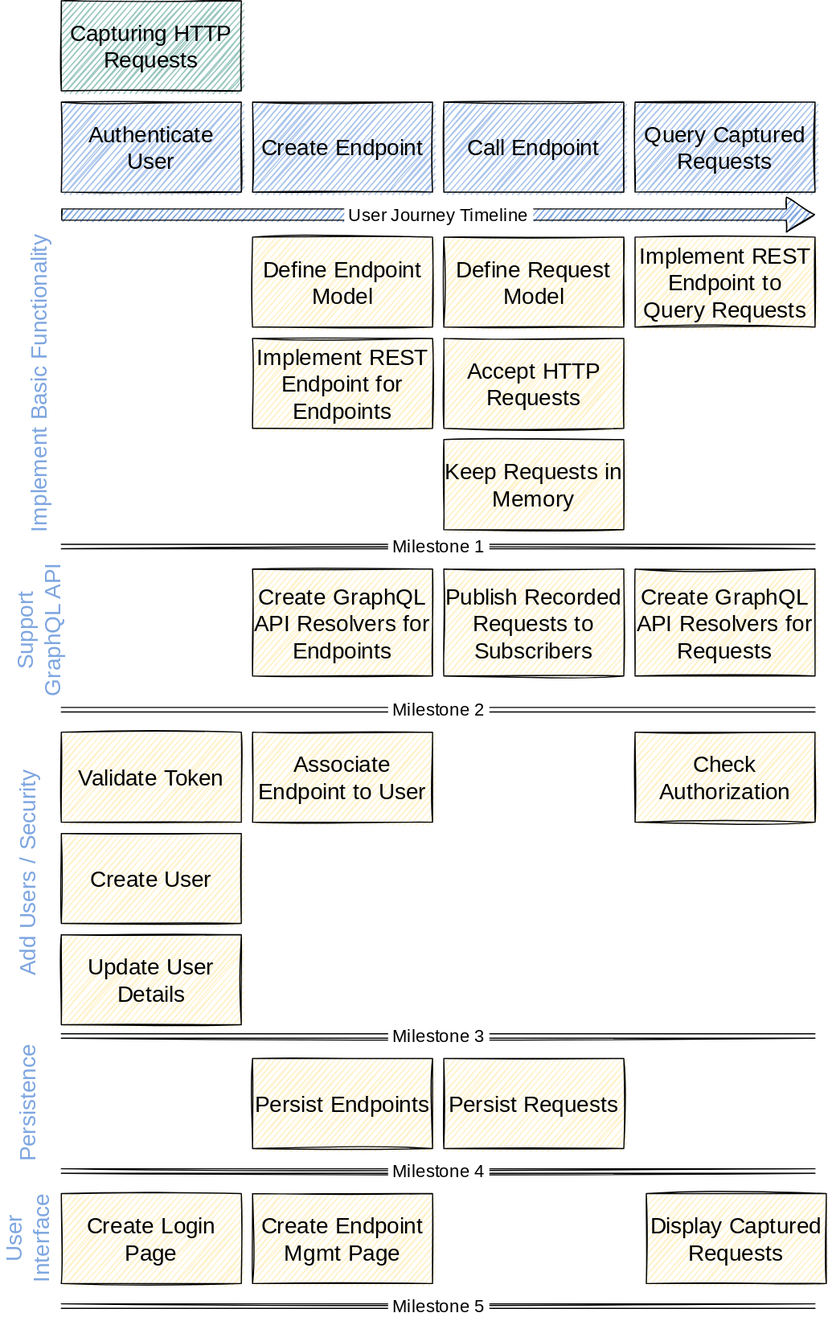
This is docs/modules/ROOT/images/capturing-http-requests-story-map.drawio.svg from harmenweber/echo, a draw.io export, as it was before one commit. Source tidied: cells renumbered, new cells last; positions are measured from the earlier drawing's top-left corner, leaving out a move shared by most shapes.
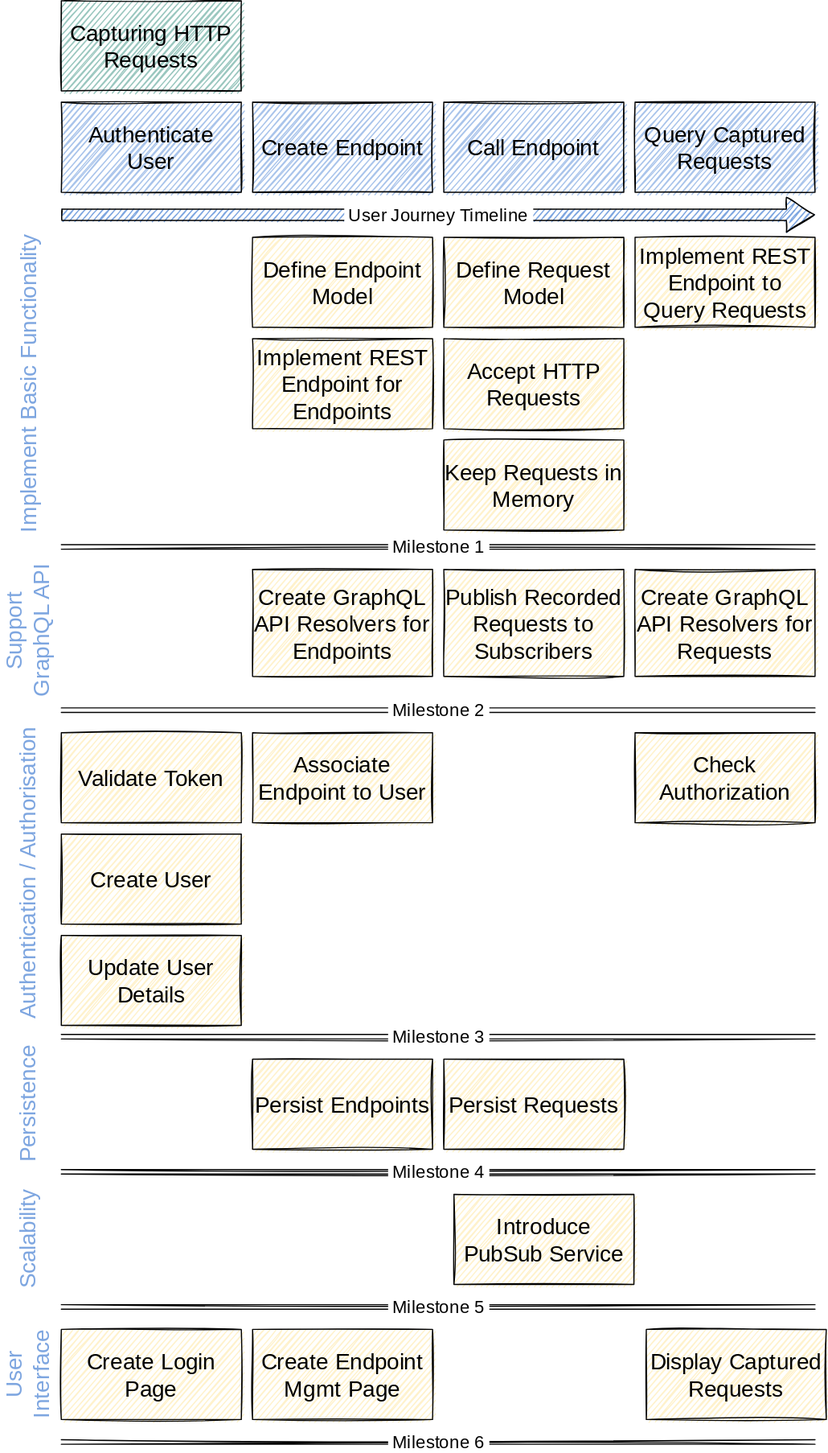
Later version of the same file.

Commit message:
docs: clarified the description of the PubSub service.

The edit, as a diff of the source:
```diff
@@ -93,10 +93,10 @@
       <mxGeometry x="505" y="505" width="160" height="95" as="geometry" />
     </mxCell>
     <mxCell id="27" value="Implement Basic Functionality" style="text;html=1;strokeColor=none;fillColor=none;align=center;verticalAlign=middle;whiteSpace=wrap;rounded=0;sketch=1;hachureGap=4;fontFamily=Architects Daughter;fontSource=https%3A%2F%2Ffonts.googleapis.com%2Fcss%3Ffamily%3DArchitects%2BDaughter;fontSize=20;rotation=270;fontColor=#7EA6E0;" parent="1" vertex="1">
-      <mxGeometry x="9.4" y="325" width="270" height="30" as="geometry" />
+      <mxGeometry y="325" width="270" height="30" as="geometry" />
     </mxCell>
     <mxCell id="28" value="Support GraphQL API" style="text;html=1;strokeColor=none;fillColor=none;align=center;verticalAlign=middle;whiteSpace=wrap;rounded=0;sketch=1;hachureGap=4;fontFamily=Architects Daughter;fontSource=https%3A%2F%2Ffonts.googleapis.com%2Fcss%3Ffamily%3DArchitects%2BDaughter;fontSize=20;rotation=270;fontColor=#7EA6E0;" parent="1" vertex="1">
-      <mxGeometry x="75.6" y="545" width="137.5" height="30" as="geometry" />
+      <mxGeometry x="65.6" y="545" width="137.5" height="30" as="geometry" />
     </mxCell>
     <mxCell id="29" value="Persistence" style="text;html=1;strokeColor=none;fillColor=none;align=center;verticalAlign=middle;whiteSpace=wrap;rounded=0;sketch=1;hachureGap=4;fontFamily=Architects Daughter;fontSource=https%3A%2F%2Ffonts.googleapis.com%2Fcss%3Ffamily%3DArchitects%2BDaughter;fontSize=20;rotation=270;fontColor=#7EA6E0;" parent="1" vertex="1">
       <mxGeometry x="85" y="965" width="98.8" height="30" as="geometry" />
@@ -104,26 +104,38 @@
     <mxCell id="30" value="Persist Endpoints" style="rounded=0;whiteSpace=wrap;html=1;sketch=1;hachureGap=4;fontFamily=Architects Daughter;fontSource=https%3A%2F%2Ffonts.googleapis.com%2Fcss%3Ffamily%3DArchitects%2BDaughter;fontSize=20;fillColor=#FFF2CC;shadow=0;" parent="1" vertex="1">
       <mxGeometry x="335" y="940" width="160" height="80" as="geometry" />
     </mxCell>
-    <mxCell id="31" value="Add Users / Security" style="text;html=1;strokeColor=none;fillColor=none;align=center;verticalAlign=middle;whiteSpace=wrap;rounded=0;sketch=1;hachureGap=4;fontFamily=Architects Daughter;fontSource=https%3A%2F%2Ffonts.googleapis.com%2Fcss%3Ffamily%3DArchitects%2BDaughter;fontSize=20;rotation=270;fontColor=#7EA6E0;" parent="1" vertex="1">
+    <mxCell id="31" value="Authentication / Authorisation" style="text;html=1;strokeColor=none;fillColor=none;align=center;verticalAlign=middle;whiteSpace=wrap;rounded=0;sketch=1;hachureGap=4;fontFamily=Architects Daughter;fontSource=https%3A%2F%2Ffonts.googleapis.com%2Fcss%3Ffamily%3DArchitects%2BDaughter;fontSize=20;rotation=270;fontColor=#7EA6E0;" parent="1" vertex="1">
       <mxGeometry y="760" width="268.8" height="30" as="geometry" />
     </mxCell>
-    <mxCell id="32" value="Create Login Page" style="rounded=0;whiteSpace=wrap;html=1;sketch=1;hachureGap=4;fontFamily=Architects Daughter;fontSource=https%3A%2F%2Ffonts.googleapis.com%2Fcss%3Ffamily%3DArchitects%2BDaughter;fontSize=20;fillColor=#FFF2CC;shadow=0;" parent="1" vertex="1">
-      <mxGeometry x="165" y="1060" width="160" height="80" as="geometry" />
-    </mxCell>
     <mxCell id="33" value="&amp;nbsp;Milestone 5&amp;nbsp;" style="shape=link;html=1;rounded=0;sketch=1;hachureGap=4;fontFamily=Architects Daughter;fontSource=https%3A%2F%2Ffonts.googleapis.com%2Fcss%3Ffamily%3DArchitects%2BDaughter;fontSize=16;endArrow=open;startSize=14;endSize=14;sourcePerimeterSpacing=8;targetPerimeterSpacing=8;curved=1;" parent="1" edge="1">
       <mxGeometry relative="1" as="geometry">
         <mxPoint x="165" y="1160" as="sourcePoint" />
         <mxPoint x="835" y="1160" as="targetPoint" />
       </mxGeometry>
     </mxCell>
-    <mxCell id="34" value="User Interface" style="text;html=1;strokeColor=none;fillColor=none;align=center;verticalAlign=middle;whiteSpace=wrap;rounded=0;sketch=1;hachureGap=4;fontFamily=Architects Daughter;fontSource=https%3A%2F%2Ffonts.googleapis.com%2Fcss%3Ffamily%3DArchitects%2BDaughter;fontSize=20;rotation=270;fontColor=#7EA6E0;" parent="1" vertex="1">
+    <mxCell id="34" value="Scalability" style="text;html=1;strokeColor=none;fillColor=none;align=center;verticalAlign=middle;whiteSpace=wrap;rounded=0;sketch=1;hachureGap=4;fontFamily=Architects Daughter;fontSource=https%3A%2F%2Ffonts.googleapis.com%2Fcss%3Ffamily%3DArchitects%2BDaughter;fontSize=20;rotation=270;fontColor=#7EA6E0;" parent="1" vertex="1">
       <mxGeometry x="85" y="1085" width="98.8" height="30" as="geometry" />
     </mxCell>
-    <mxCell id="35" value="Create Endpoint Mgmt Page" style="rounded=0;whiteSpace=wrap;html=1;sketch=1;hachureGap=4;fontFamily=Architects Daughter;fontSource=https%3A%2F%2Ffonts.googleapis.com%2Fcss%3Ffamily%3DArchitects%2BDaughter;fontSize=20;fillColor=#FFF2CC;shadow=0;" parent="1" vertex="1">
-      <mxGeometry x="335" y="1060" width="160" height="80" as="geometry" />
+    <mxCell id="35" value="Introduce PubSub Service" style="rounded=0;whiteSpace=wrap;html=1;sketch=1;hachureGap=4;fontFamily=Architects Daughter;fontSource=https%3A%2F%2Ffonts.googleapis.com%2Fcss%3Ffamily%3DArchitects%2BDaughter;fontSize=20;fillColor=#FFF2CC;shadow=0;" parent="1" vertex="1">
+      <mxGeometry x="514" y="1060" width="160" height="80" as="geometry" />
     </mxCell>
+    <mxCell id="32" value="Create Login Page" style="rounded=0;whiteSpace=wrap;html=1;sketch=1;hachureGap=4;fontFamily=Architects Daughter;fontSource=https%3A%2F%2Ffonts.googleapis.com%2Fcss%3Ffamily%3DArchitects%2BDaughter;fontSize=20;fillColor=#FFF2CC;shadow=0;" parent="1" vertex="1">
+      <mxGeometry x="165" y="1180" width="160" height="80" as="geometry" />
+    </mxCell>
+    <mxCell id="37" value="&amp;nbsp;Milestone 6&amp;nbsp;" style="shape=link;html=1;rounded=0;sketch=1;hachureGap=4;fontFamily=Architects Daughter;fontSource=https%3A%2F%2Ffonts.googleapis.com%2Fcss%3Ffamily%3DArchitects%2BDaughter;fontSize=16;endArrow=open;startSize=14;endSize=14;sourcePerimeterSpacing=8;targetPerimeterSpacing=8;curved=1;" parent="1" edge="1">
+      <mxGeometry relative="1" as="geometry">
+        <mxPoint x="165" y="1280" as="sourcePoint" />
+        <mxPoint x="835" y="1280" as="targetPoint" />
+      </mxGeometry>
+    </mxCell>
+    <mxCell id="38" value="User Interface" style="text;html=1;strokeColor=none;fillColor=none;align=center;verticalAlign=middle;whiteSpace=wrap;rounded=0;sketch=1;hachureGap=4;fontFamily=Architects Daughter;fontSource=https%3A%2F%2Ffonts.googleapis.com%2Fcss%3Ffamily%3DArchitects%2BDaughter;fontSize=20;rotation=270;fontColor=#7EA6E0;" parent="1" vertex="1">
+      <mxGeometry x="85" y="1205" width="98.8" height="30" as="geometry" />
+    </mxCell>
+    <mxCell id="39" value="Create Endpoint Mgmt Page" style="rounded=0;whiteSpace=wrap;html=1;sketch=1;hachureGap=4;fontFamily=Architects Daughter;fontSource=https%3A%2F%2Ffonts.googleapis.com%2Fcss%3Ffamily%3DArchitects%2BDaughter;fontSize=20;fillColor=#FFF2CC;shadow=0;" parent="1" vertex="1">
+      <mxGeometry x="335" y="1180" width="160" height="80" as="geometry" />
+    </mxCell>
     <mxCell id="36" value="Display Captured Requests" style="rounded=0;whiteSpace=wrap;html=1;sketch=1;hachureGap=4;fontFamily=Architects Daughter;fontSource=https%3A%2F%2Ffonts.googleapis.com%2Fcss%3Ffamily%3DArchitects%2BDaughter;fontSize=20;fillColor=#FFF2CC;shadow=0;" parent="1" vertex="1">
-      <mxGeometry x="685" y="1060" width="160" height="80" as="geometry" />
+      <mxGeometry x="685" y="1180" width="160" height="80" as="geometry" />
     </mxCell>
   </root>
 </mxGraphModel>
```
